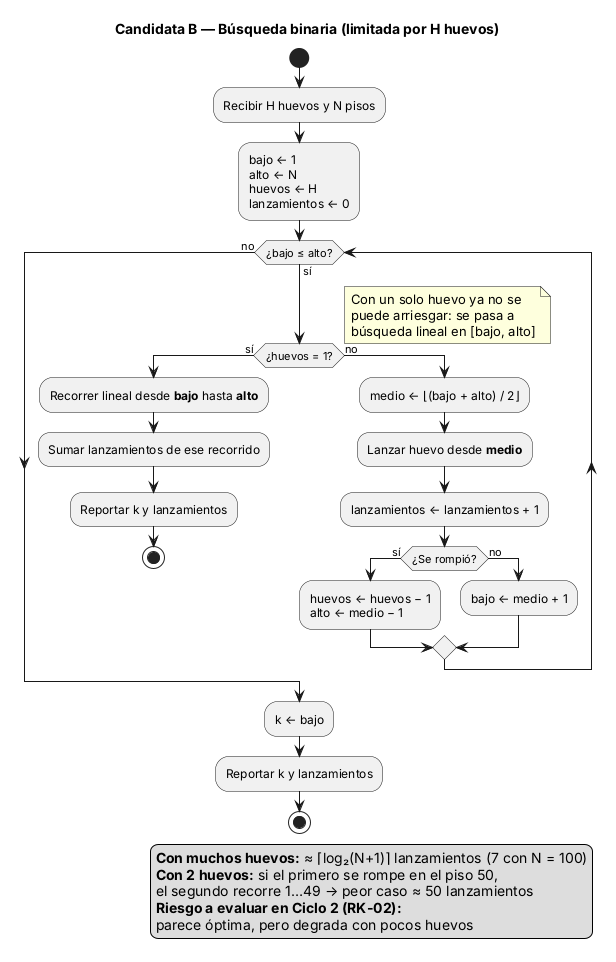
Above: diagramas/actividad_binaria.png in Therinbsv/Problema-huevos (PlantUML), before the change. Source of this version:
```plantuml
@startuml actividad_binaria

title Candidata B — Búsqueda binaria (limitada por H huevos)

start
:Recibir H huevos y N pisos;
:bajo ← 1\nalto ← N\nhuevos ← H\nlanzamientos ← 0;

while (¿bajo ≤ alto?) is (sí)
  if (¿huevos = 1?) then (sí)
    note right
      Con un solo huevo ya no se
      puede arriesgar: se pasa a
      búsqueda lineal en [bajo, alto]
    end note
    :Recorrer lineal desde **bajo** hasta **alto**;
    :Sumar lanzamientos de ese recorrido;
    :Reportar k y lanzamientos;
    stop
  else (no)
    :medio ← ⌊(bajo + alto) / 2⌋;
    :Lanzar huevo desde **medio**;
    :lanzamientos ← lanzamientos + 1;
    if (¿Se rompió?) then (sí)
      :huevos ← huevos − 1\nalto ← medio − 1;
    else (no)
      :bajo ← medio + 1;
    endif
  endif
endwhile (no)

:k ← bajo;
:Reportar k y lanzamientos;
stop

legend right
  **Con muchos huevos:** ≈ ⌈log₂(N+1)⌉ lanzamientos (7 con N = 100)
  **Con 2 huevos:** si el primero se rompe en el piso 50,
  el segundo recorre 1…49 → peor caso ≈ 50 lanzamientos
  **Riesgo a evaluar en Ciclo 2 (RK-02):**
  parece óptima, pero degrada con pocos huevos
endlegend

@enduml
```
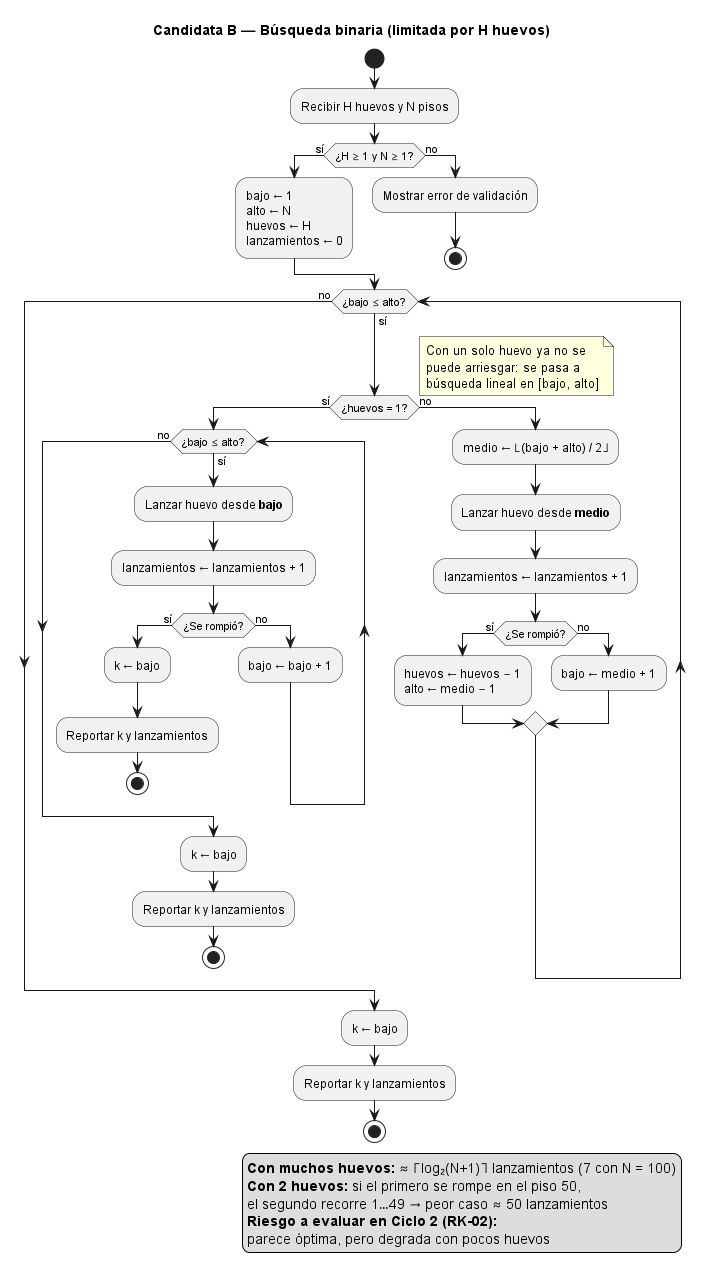
The same file after the commit.

Commit message:
HUEVO-7: revision de arquitectura del ciclo 1

What changed in the source:
```diff
@@ -4,7 +4,12 @@
 
 start
 :Recibir H huevos y N pisos;
-:bajo ← 1\nalto ← N\nhuevos ← H\nlanzamientos ← 0;
+if (¿H ≥ 1 y N ≥ 1?) then (sí)
+  :bajo ← 1\nalto ← N\nhuevos ← H\nlanzamientos ← 0;
+else (no)
+  :Mostrar error de validación;
+  stop
+endif
 
 while (¿bajo ≤ alto?) is (sí)
   if (¿huevos = 1?) then (sí)
@@ -13,8 +18,18 @@
       puede arriesgar: se pasa a
       búsqueda lineal en [bajo, alto]
     end note
-    :Recorrer lineal desde **bajo** hasta **alto**;
-    :Sumar lanzamientos de ese recorrido;
+    while (¿bajo ≤ alto?) is (sí)
+      :Lanzar huevo desde **bajo**;
+      :lanzamientos ← lanzamientos + 1;
+      if (¿Se rompió?) then (sí)
+        :k ← bajo;
+        :Reportar k y lanzamientos;
+        stop
+      else (no)
+        :bajo ← bajo + 1;
+      endif
+    endwhile (no)
+    :k ← bajo;
     :Reportar k y lanzamientos;
     stop
   else (no)
```
